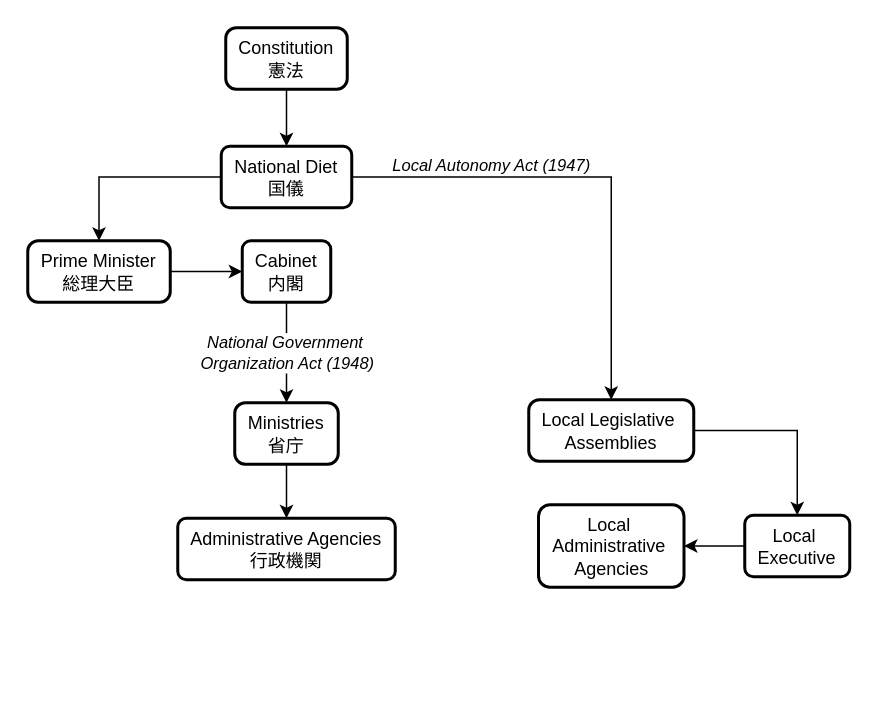
The draw.io diagram BSL Diagrams.drawio in benstanfish/Diagrams, before the edit. Source tidied: cells renumbered, new cells numbered last; positions are measured from the earlier drawing's top-left corner, leaving out a move shared by most shapes. Both pictures are drawn from the tidied source at 150%, with x=0, y=0 at pixel (27, 27). Pictures stored in the file or linked from it are replaced by grey dashed boxes.
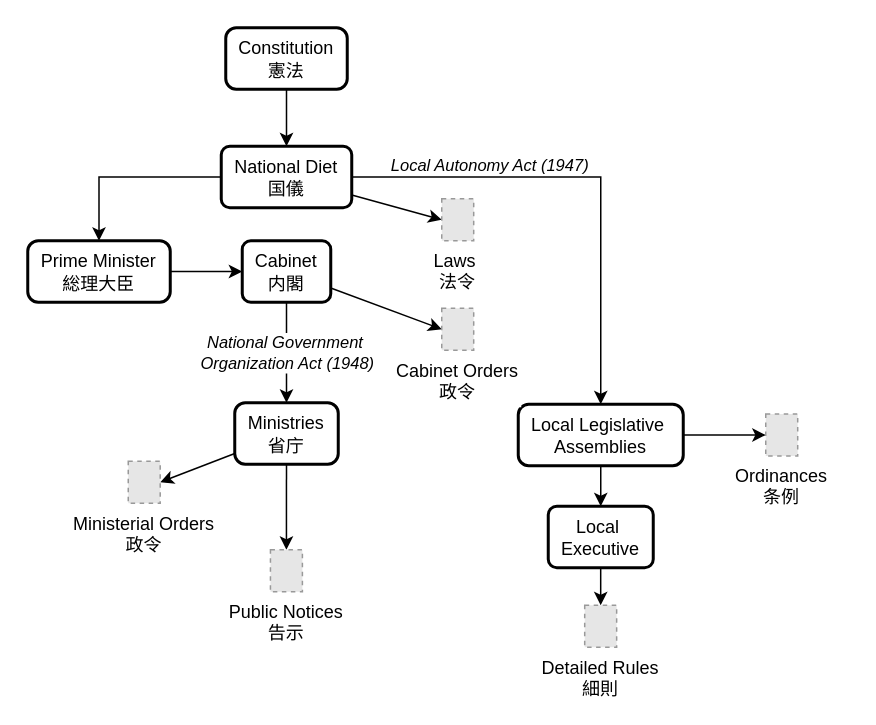
The same diagram, later.

Unchanged cells that the change refers to:
```xml
<mxCell id="6" value="National Diet&lt;div&gt;国儀&lt;/div&gt;" style="whiteSpace=wrap;html=1;rounded=1;arcSize=14;strokeWidth=2;" parent="1" vertex="1">
  <mxGeometry x="129" y="79" width="87" height="41" as="geometry" />
</mxCell>
<mxCell id="8" value="Cabinet&lt;div&gt;内閣&lt;/div&gt;" style="whiteSpace=wrap;html=1;rounded=1;arcSize=14;strokeWidth=2;" parent="1" vertex="1">
  <mxGeometry x="143" y="142" width="59" height="41" as="geometry" />
</mxCell>
<mxCell id="12" value="&lt;div&gt;Ministries&lt;/div&gt;&lt;div&gt;省庁&lt;/div&gt;" style="rounded=1;whiteSpace=wrap;html=1;absoluteArcSize=1;arcSize=14;strokeWidth=2;" parent="1" vertex="1">
  <mxGeometry x="138" y="250" width="69" height="41" as="geometry" />
</mxCell>
```

Diff of the diagram source:
```diff
@@
+    <mxCell id="19" style="rounded=0;jettySize=auto;html=1;entryX=0;entryY=0.5;entryDx=0;entryDy=0;" parent="1" edge="1" source="6" target="25">
+      <mxGeometry relative="1" as="geometry" />
+    </mxCell>
@@
+    <mxCell id="20" style="rounded=0;jettySize=auto;html=1;entryX=0;entryY=0.5;entryDx=0;entryDy=0;" parent="1" edge="1" source="8" target="26">
+      <mxGeometry relative="1" as="geometry" />
+    </mxCell>
@@
-    <mxCell id="11" style="edgeStyle=orthogonalEdgeStyle;rounded=0;jettySize=auto;html=1;" parent="1" edge="1" source="12" target="13">
-      <mxGeometry relative="1" as="geometry" />
-    </mxCell>
+    <mxCell id="21" style="rounded=0;jettySize=auto;html=1;entryX=0.5;entryY=0;entryDx=0;entryDy=0;" parent="1" edge="1" source="12" target="28">
+      <mxGeometry relative="1" as="geometry" />
+    </mxCell>
+    <mxCell id="22" style="rounded=0;jettySize=auto;html=1;entryX=1;entryY=0.5;entryDx=0;entryDy=0;" parent="1" edge="1" source="12" target="27">
+      <mxGeometry relative="1" as="geometry" />
+    </mxCell>
@@
-    <mxCell id="13" value="Administrative Agencies&lt;div&gt;行政機関&lt;/div&gt;" style="whiteSpace=wrap;html=1;rounded=1;arcSize=14;strokeWidth=2;" parent="1" vertex="1">
-      <mxGeometry x="100" y="327" width="145" height="41" as="geometry" />
-    </mxCell>
-    <mxCell id="14" style="edgeStyle=orthogonalEdgeStyle;rounded=0;jettySize=auto;html=1;entryX=0.5;entryY=0;entryDx=0;entryDy=0;" parent="1" edge="1" source="15" target="17">
+    <mxCell id="14" style="edgeStyle=orthogonalEdgeStyle;rounded=0;jettySize=auto;html=1;" parent="1" edge="1" source="15" target="17">
       <mxGeometry relative="1" as="geometry" />
     </mxCell>
+    <mxCell id="23" style="edgeStyle=orthogonalEdgeStyle;rounded=0;jettySize=auto;html=1;" parent="1" edge="1" source="15" target="30">
+      <mxGeometry relative="1" as="geometry" />
+    </mxCell>
     <mxCell id="15" value="Local Legislative&amp;nbsp;&lt;div&gt;Assemblies&lt;/div&gt;" style="rounded=1;whiteSpace=wrap;html=1;absoluteArcSize=1;arcSize=14;strokeWidth=2;" parent="1" vertex="1">
-      <mxGeometry x="334" y="248" width="110" height="41" as="geometry" />
+      <mxGeometry x="327" y="251" width="110" height="41" as="geometry" />
     </mxCell>
-    <mxCell id="16" style="edgeStyle=orthogonalEdgeStyle;rounded=0;jettySize=auto;html=1;" parent="1" edge="1" source="17" target="18">
-      <mxGeometry relative="1" as="geometry" />
-    </mxCell>
+    <mxCell id="24" style="rounded=0;jettySize=auto;html=1;" parent="1" edge="1" source="17" target="29">
+      <mxGeometry relative="1" as="geometry" />
+    </mxCell>
     <mxCell id="17" value="Local&amp;nbsp;&lt;div&gt;Executive&lt;/div&gt;" style="whiteSpace=wrap;html=1;rounded=1;arcSize=14;strokeWidth=2;" parent="1" vertex="1">
-      <mxGeometry x="478" y="325" width="70" height="41" as="geometry" />
+      <mxGeometry x="347" y="319" width="70" height="41" as="geometry" />
     </mxCell>
-    <mxCell id="18" value="Local&amp;nbsp;&lt;div&gt;Administrative&amp;nbsp;&lt;div&gt;Agencies&lt;/div&gt;&lt;/div&gt;" style="whiteSpace=wrap;html=1;rounded=1;arcSize=14;strokeWidth=2;" parent="1" vertex="1">
-      <mxGeometry x="340.5" y="318" width="97" height="55" as="geometry" />
-    </mxCell>
+    <mxCell id="25" value="Laws &#10;法令" style="fillColor=#E6E6E6;strokeColor=#999999;dashed=1;verticalLabelPosition=bottom;labelBackgroundColor=default;verticalAlign=top;" parent="1" vertex="1">
+      <mxGeometry x="276" y="114" width="21.3" height="28" as="geometry" />
+    </mxCell>
+    <mxCell id="26" value="Cabinet Orders&#10;政令" style="fillColor=#E6E6E6;strokeColor=#999999;dashed=1;verticalLabelPosition=bottom;labelBackgroundColor=default;verticalAlign=top;" parent="1" vertex="1">
+      <mxGeometry x="276" y="187" width="21.3" height="28" as="geometry" />
+    </mxCell>
+    <mxCell id="27" value="Ministerial Orders&#10;政令" style="fillColor=#E6E6E6;strokeColor=#999999;dashed=1;verticalLabelPosition=bottom;labelBackgroundColor=default;verticalAlign=top;" parent="1" vertex="1">
+      <mxGeometry x="67" y="289" width="21.3" height="28" as="geometry" />
+    </mxCell>
+    <mxCell id="28" value="Public Notices&#10;告示" style="fillColor=#E6E6E6;strokeColor=#999999;dashed=1;verticalLabelPosition=bottom;labelBackgroundColor=default;verticalAlign=top;" parent="1" vertex="1">
+      <mxGeometry x="161.8" y="348" width="21.3" height="28" as="geometry" />
+    </mxCell>
+    <mxCell id="29" value="Detailed Rules&#10;細則" style="fillColor=#E6E6E6;strokeColor=#999999;dashed=1;verticalLabelPosition=bottom;labelBackgroundColor=default;verticalAlign=top;" parent="1" vertex="1">
+      <mxGeometry x="371.3" y="385" width="21.3" height="28" as="geometry" />
+    </mxCell>
+    <mxCell id="30" value="Ordinances&#10;条例" style="fillColor=#E6E6E6;strokeColor=#999999;dashed=1;verticalLabelPosition=bottom;labelBackgroundColor=default;verticalAlign=top;" parent="1" vertex="1">
+      <mxGeometry x="492" y="257.5" width="21.3" height="28" as="geometry" />
+    </mxCell>
```
